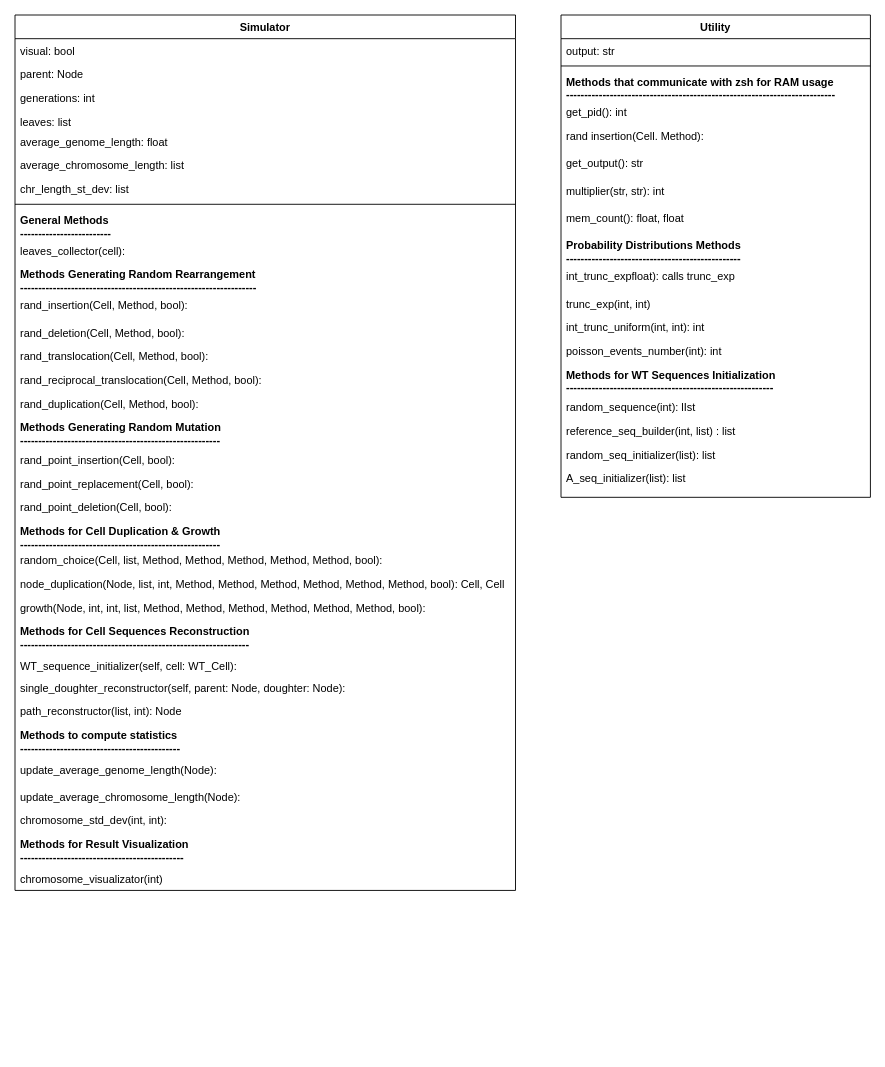
Above: page "Page-1" (1 of 3) of diagrams/Simulator with visualization.drawio in robertonetti/yeast-cascade-mutation-simulator (draw.io), before the change. Source tidied: cells renumbered, new cells numbered last; positions are measured from the earlier drawing's top-left corner, leaving out a move shared by most shapes. Both pictures are drawn from the tidied source at 91%, with x=0, y=0 at pixel (15, 15).
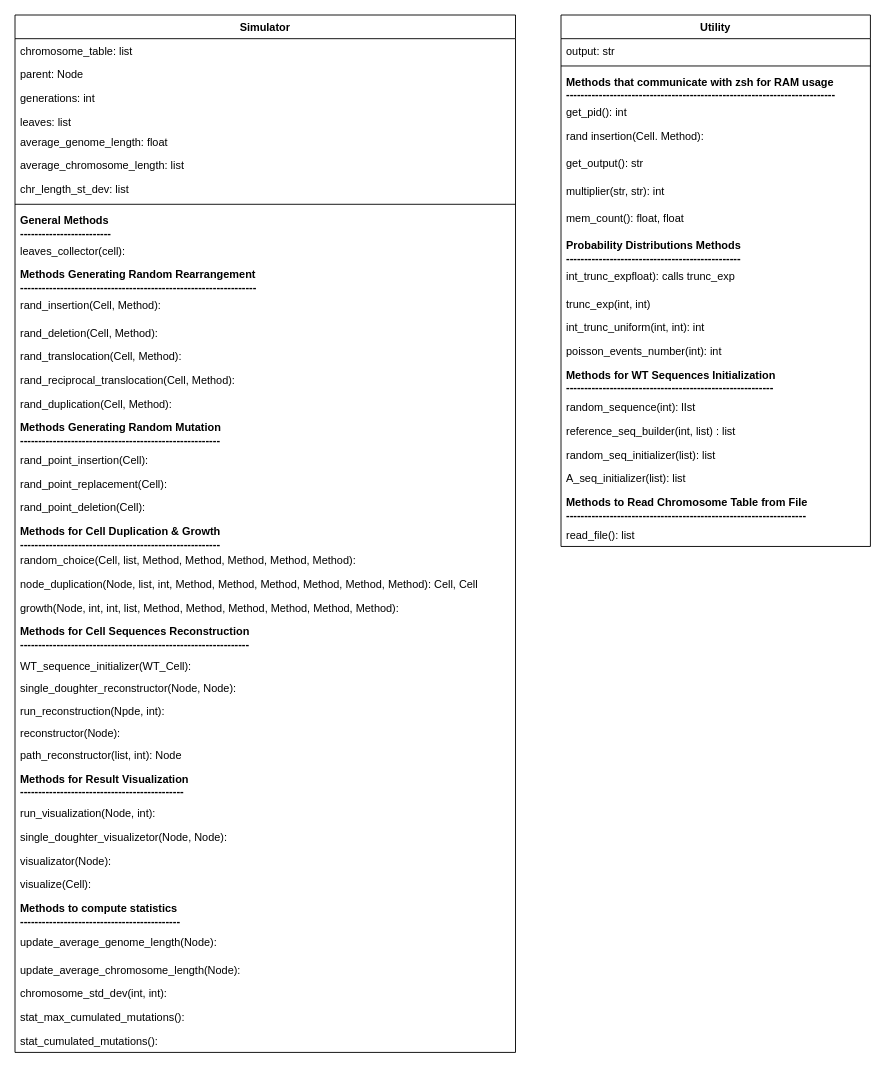
The same page after the edit.

Change to the diagram source:
```diff
@@
     <mxCell id="2" value="Simulator" style="swimlane;fontStyle=1;align=center;verticalAlign=top;horizontal=1;startSize=26;rounded=0;shadow=0;strokeWidth=1;labelBackgroundColor=none;labelBorderColor=none;" parent="1" vertex="1">
-      <mxGeometry width="550" height="962" as="geometry" />
+      <mxGeometry width="550" height="1140" as="geometry" />
     </mxCell>
-    <mxCell id="3" value="visual: bool" style="text;align=left;verticalAlign=top;spacingLeft=4;spacingRight=4;overflow=hidden;" parent="2" vertex="1">
+    <mxCell id="3" value="chromosome_table: list" style="text;align=left;verticalAlign=top;spacingLeft=4;spacingRight=4;overflow=hidden;" parent="2" vertex="1">
       <mxGeometry y="26" width="550" height="26" as="geometry" />
     </mxCell>
@@
-    <mxCell id="14" value="rand_insertion(Cell, Method, bool):&#10;" style="text;align=left;verticalAlign=top;spacingLeft=4;spacingRight=4;overflow=hidden;" parent="2" vertex="1">
+    <mxCell id="14" value="rand_insertion(Cell, Method):&#10;" style="text;align=left;verticalAlign=top;spacingLeft=4;spacingRight=4;overflow=hidden;" parent="2" vertex="1">
       <mxGeometry y="306" width="550" height="30" as="geometry" />
     </mxCell>
-    <mxCell id="15" value="rand_deletion(Cell, Method, bool):" style="text;align=left;verticalAlign=top;spacingLeft=4;spacingRight=4;overflow=hidden;" parent="2" vertex="1">
+    <mxCell id="15" value="rand_deletion(Cell, Method):" style="text;align=left;verticalAlign=top;spacingLeft=4;spacingRight=4;overflow=hidden;" parent="2" vertex="1">
       <mxGeometry y="336" width="550" height="26" as="geometry" />
     </mxCell>
-    <mxCell id="16" value="rand_translocation(Cell, Method, bool):" style="text;align=left;verticalAlign=top;spacingLeft=4;spacingRight=4;overflow=hidden;" parent="2" vertex="1">
+    <mxCell id="16" value="rand_translocation(Cell, Method):" style="text;align=left;verticalAlign=top;spacingLeft=4;spacingRight=4;overflow=hidden;" parent="2" vertex="1">
       <mxGeometry y="362" width="550" height="26" as="geometry" />
     </mxCell>
-    <mxCell id="17" value="rand_reciprocal_translocation(Cell, Method, bool):" style="text;align=left;verticalAlign=top;spacingLeft=4;spacingRight=4;overflow=hidden;" parent="2" vertex="1">
+    <mxCell id="17" value="rand_reciprocal_translocation(Cell, Method):" style="text;align=left;verticalAlign=top;spacingLeft=4;spacingRight=4;overflow=hidden;" parent="2" vertex="1">
       <mxGeometry y="388" width="550" height="26" as="geometry" />
     </mxCell>
-    <mxCell id="18" value="rand_duplication(Cell, Method, bool):" style="text;align=left;verticalAlign=top;spacingLeft=4;spacingRight=4;overflow=hidden;" parent="2" vertex="1">
+    <mxCell id="18" value="rand_duplication(Cell, Method):" style="text;align=left;verticalAlign=top;spacingLeft=4;spacingRight=4;overflow=hidden;" parent="2" vertex="1">
       <mxGeometry y="414" width="550" height="26" as="geometry" />
     </mxCell>
@@
-    <mxCell id="20" value="rand_point_insertion(Cell, bool): " style="text;align=left;verticalAlign=top;spacingLeft=4;spacingRight=4;overflow=hidden;" parent="2" vertex="1">
+    <mxCell id="20" value="rand_point_insertion(Cell): " style="text;align=left;verticalAlign=top;spacingLeft=4;spacingRight=4;overflow=hidden;" parent="2" vertex="1">
       <mxGeometry y="476" width="550" height="26" as="geometry" />
     </mxCell>
-    <mxCell id="21" value="rand_point_replacement(Cell, bool):" style="text;align=left;verticalAlign=top;spacingLeft=4;spacingRight=4;overflow=hidden;" parent="2" vertex="1">
+    <mxCell id="21" value="rand_point_replacement(Cell):" style="text;align=left;verticalAlign=top;spacingLeft=4;spacingRight=4;overflow=hidden;" parent="2" vertex="1">
       <mxGeometry y="502" width="550" height="26" as="geometry" />
     </mxCell>
-    <mxCell id="22" value="rand_point_deletion(Cell, bool):&#10;" style="text;align=left;verticalAlign=top;spacingLeft=4;spacingRight=4;overflow=hidden;" parent="2" vertex="1">
+    <mxCell id="22" value="rand_point_deletion(Cell):&#10;" style="text;align=left;verticalAlign=top;spacingLeft=4;spacingRight=4;overflow=hidden;" parent="2" vertex="1">
       <mxGeometry y="528" width="550" height="26" as="geometry" />
     </mxCell>
@@
-    <mxCell id="24" value="random_choice(Cell, list, Method, Method, Method, Method, Method, bool):" style="text;align=left;verticalAlign=top;spacingLeft=4;spacingRight=4;overflow=hidden;" parent="2" vertex="1">
+    <mxCell id="24" value="random_choice(Cell, list, Method, Method, Method, Method, Method):" style="text;align=left;verticalAlign=top;spacingLeft=4;spacingRight=4;overflow=hidden;" parent="2" vertex="1">
       <mxGeometry y="586" width="550" height="26" as="geometry" />
     </mxCell>
-    <mxCell id="25" value="node_duplication(Node, list, int, Method, Method, Method, Method, Method, Method, bool): Cell, Cell&#10;" style="text;align=left;verticalAlign=top;spacingLeft=4;spacingRight=4;overflow=hidden;" parent="2" vertex="1">
+    <mxCell id="25" value="node_duplication(Node, list, int, Method, Method, Method, Method, Method, Method): Cell, Cell&#10;" style="text;align=left;verticalAlign=top;spacingLeft=4;spacingRight=4;overflow=hidden;" parent="2" vertex="1">
       <mxGeometry y="612" width="550" height="26" as="geometry" />
     </mxCell>
-    <mxCell id="26" value="growth(Node, int, int, list, Method, Method, Method, Method, Method, Method, bool):" style="text;align=left;verticalAlign=top;spacingLeft=4;spacingRight=4;overflow=hidden;" parent="2" vertex="1">
+    <mxCell id="26" value="growth(Node, int, int, list, Method, Method, Method, Method, Method, Method):" style="text;align=left;verticalAlign=top;spacingLeft=4;spacingRight=4;overflow=hidden;" parent="2" vertex="1">
       <mxGeometry y="638" width="550" height="26" as="geometry" />
     </mxCell>
@@
-    <mxCell id="28" value="WT_sequence_initializer(self, cell: WT_Cell): &#10;" style="text;align=left;verticalAlign=top;spacingLeft=4;spacingRight=4;overflow=hidden;" parent="2" vertex="1">
+    <mxCell id="28" value="WT_sequence_initializer(WT_Cell): &#10;" style="text;align=left;verticalAlign=top;spacingLeft=4;spacingRight=4;overflow=hidden;" parent="2" vertex="1">
       <mxGeometry y="702" width="550" height="24" as="geometry" />
     </mxCell>
-    <mxCell id="29" value="single_doughter_reconstructor(self, parent: Node, doughter: Node):" style="text;align=left;verticalAlign=top;spacingLeft=4;spacingRight=4;overflow=hidden;" parent="2" vertex="1">
+    <mxCell id="29" value="single_doughter_reconstructor(Node, Node):" style="text;align=left;verticalAlign=top;spacingLeft=4;spacingRight=4;overflow=hidden;" parent="2" vertex="1">
       <mxGeometry y="726" width="550" height="26" as="geometry" />
     </mxCell>
+    <mxCell id="56" value="run_reconstruction(Npde, int):" style="text;align=left;verticalAlign=top;spacingLeft=4;spacingRight=4;overflow=hidden;" parent="2" vertex="1">
+      <mxGeometry y="752" width="550" height="24" as="geometry" />
+    </mxCell>
+    <mxCell id="57" value="reconstructor(Node):" style="text;align=left;verticalAlign=top;spacingLeft=4;spacingRight=4;overflow=hidden;" parent="2" vertex="1">
+      <mxGeometry y="776" width="550" height="24" as="geometry" />
+    </mxCell>
     <mxCell id="30" value="path_reconstructor(list, int): Node" style="text;align=left;verticalAlign=top;spacingLeft=4;spacingRight=4;overflow=hidden;" parent="2" vertex="1">
-      <mxGeometry y="752" width="550" height="26" as="geometry" />
+      <mxGeometry y="800" width="550" height="26" as="geometry" />
     </mxCell>
+    <mxCell id="35" value="Methods for Result Visualization&#10;---------------------------------------------" style="text;align=left;verticalAlign=top;spacingLeft=4;spacingRight=4;overflow=hidden;fontStyle=1;" parent="2" vertex="1">
+      <mxGeometry y="826" width="550" height="38" as="geometry" />
+    </mxCell>
+    <mxCell id="36" value="run_visualization(Node, int):" style="text;align=left;verticalAlign=top;spacingLeft=4;spacingRight=4;overflow=hidden;" parent="2" vertex="1">
+      <mxGeometry y="864" width="550" height="26" as="geometry" />
+    </mxCell>
+    <mxCell id="58" value="single_doughter_visualizetor(Node, Node):" style="text;align=left;verticalAlign=top;spacingLeft=4;spacingRight=4;overflow=hidden;" parent="2" vertex="1">
+      <mxGeometry y="890" width="550" height="26" as="geometry" />
+    </mxCell>
+    <mxCell id="59" value="visualizator(Node):" style="text;align=left;verticalAlign=top;spacingLeft=4;spacingRight=4;overflow=hidden;" parent="2" vertex="1">
+      <mxGeometry y="916" width="550" height="26" as="geometry" />
+    </mxCell>
+    <mxCell id="60" value="visualize(Cell):" style="text;align=left;verticalAlign=top;spacingLeft=4;spacingRight=4;overflow=hidden;" parent="2" vertex="1">
+      <mxGeometry y="942" width="550" height="26" as="geometry" />
+    </mxCell>
     <mxCell id="31" value="Methods to compute statistics&#10;--------------------------------------------" style="text;align=left;verticalAlign=top;spacingLeft=4;spacingRight=4;overflow=hidden;fontStyle=1;" parent="2" vertex="1">
-      <mxGeometry y="778" width="550" height="38" as="geometry" />
+      <mxGeometry y="968" width="550" height="38" as="geometry" />
     </mxCell>
     <mxCell id="32" value="update_average_genome_length(Node):&#10;" style="text;align=left;verticalAlign=top;spacingLeft=4;spacingRight=4;overflow=hidden;" parent="2" vertex="1">
-      <mxGeometry y="816" width="550" height="30" as="geometry" />
+      <mxGeometry y="1006" width="550" height="30" as="geometry" />
     </mxCell>
     <mxCell id="33" value="update_average_chromosome_length(Node):" style="text;align=left;verticalAlign=top;spacingLeft=4;spacingRight=4;overflow=hidden;" parent="2" vertex="1">
-      <mxGeometry y="846" width="550" height="26" as="geometry" />
+      <mxGeometry y="1036" width="550" height="26" as="geometry" />
     </mxCell>
     <mxCell id="34" value="chromosome_std_dev(int, int):" style="text;align=left;verticalAlign=top;spacingLeft=4;spacingRight=4;overflow=hidden;" parent="2" vertex="1">
-      <mxGeometry y="872" width="550" height="26" as="geometry" />
+      <mxGeometry y="1062" width="550" height="26" as="geometry" />
     </mxCell>
-    <mxCell id="35" value="Methods for Result Visualization&#10;---------------------------------------------" style="text;align=left;verticalAlign=top;spacingLeft=4;spacingRight=4;overflow=hidden;fontStyle=1;" parent="2" vertex="1">
-      <mxGeometry y="898" width="550" height="38" as="geometry" />
-    </mxCell>
-    <mxCell id="36" value="chromosome_visualizator(int)" style="text;align=left;verticalAlign=top;spacingLeft=4;spacingRight=4;overflow=hidden;" parent="2" vertex="1">
-      <mxGeometry y="936" width="550" height="26" as="geometry" />
-    </mxCell>
+    <mxCell id="61" value="stat_max_cumulated_mutations():" style="text;align=left;verticalAlign=top;spacingLeft=4;spacingRight=4;overflow=hidden;" parent="2" vertex="1">
+      <mxGeometry y="1088" width="550" height="26" as="geometry" />
+    </mxCell>
+    <mxCell id="62" value="stat_cumulated_mutations():" style="text;align=left;verticalAlign=top;spacingLeft=4;spacingRight=4;overflow=hidden;" parent="2" vertex="1">
+      <mxGeometry y="1114" width="550" height="26" as="geometry" />
+    </mxCell>
     <mxCell id="37" value="Utility" style="swimlane;fontStyle=1;align=center;verticalAlign=top;horizontal=1;startSize=26;rounded=0;shadow=0;strokeWidth=1;labelBackgroundColor=none;labelBorderColor=none;" parent="1" vertex="1">
-      <mxGeometry x="600" width="340" height="530" as="geometry" />
+      <mxGeometry x="600" width="340" height="584" as="geometry" />
     </mxCell>
@@
+    <mxCell id="63" value="Methods to Read Chromosome Table from File&#10;------------------------------------------------------------------" style="text;align=left;verticalAlign=top;spacingLeft=4;spacingRight=4;overflow=hidden;fontStyle=1;" parent="37" vertex="1">
+      <mxGeometry y="522" width="340" height="36" as="geometry" />
+    </mxCell>
+    <mxCell id="64" value="read_file(): list" style="text;align=left;verticalAlign=top;spacingLeft=4;spacingRight=4;overflow=hidden;" parent="37" vertex="1">
+      <mxGeometry y="558" width="340" height="26" as="geometry" />
+    </mxCell>
```
